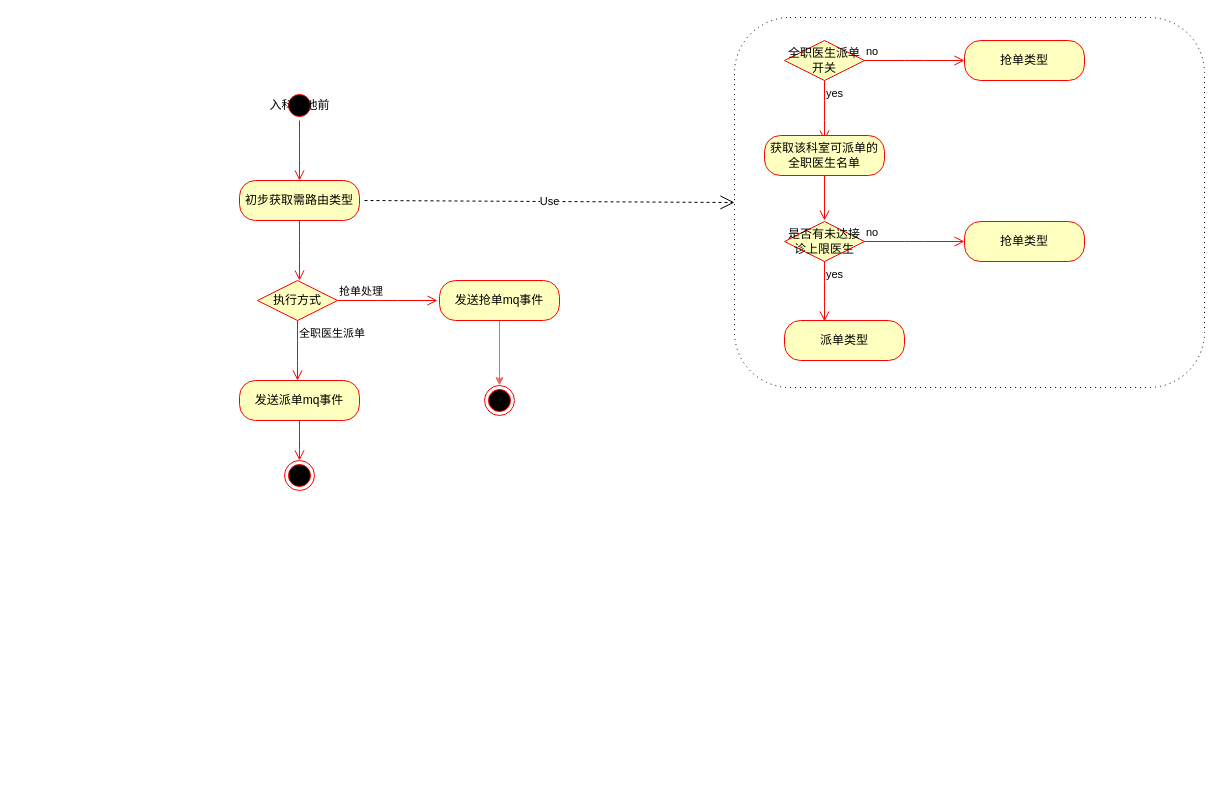
This is page "第 2 页" (2 of 3) of drawio/work/分诊流程.drawio from zhk0377/scalpel, a draw.io file, before an edit. Source tidied: cells renumbered, new cells numbered last; positions are measured from the earlier drawing's top-left corner, leaving out a move shared by most shapes. Both pictures are drawn from the tidied source at 100%, with x=0, y=0 at pixel (239, 17).
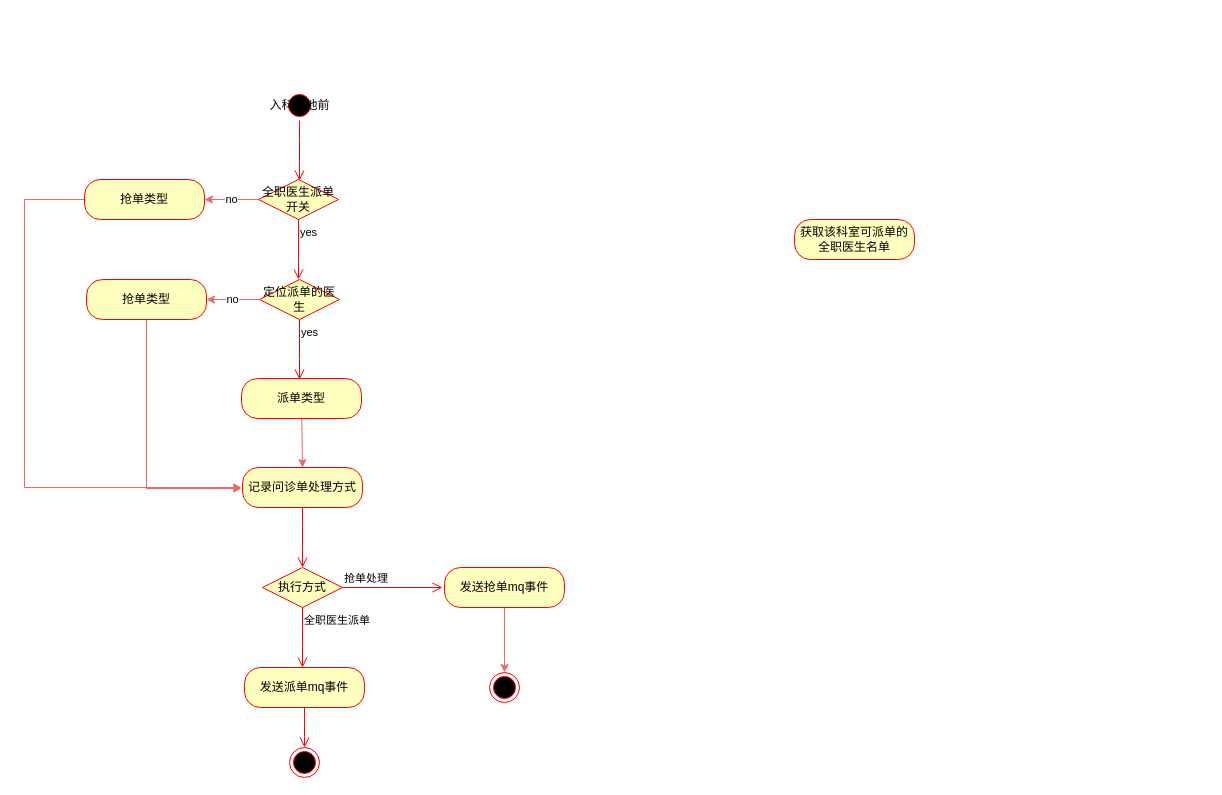
The same diagram, later.

Commit message:
更新分诊流程.drawio

What changed in the source:
```diff
@@
-    <mxCell id="2" style="shape=ext;rounded=1;html=1;whiteSpace=wrap;dashed=1;dashPattern=1 4;fillColor=#FFFFFF;" parent="1" vertex="1">
-      <mxGeometry x="495" width="470" height="370" as="geometry" />
-    </mxCell>
@@
+    <mxCell id="28" value="no" style="edgeStyle=none;rounded=0;jettySize=auto;html=1;entryX=1;entryY=0.5;entryDx=0;entryDy=0;strokeColor=#EA6B66;fillColor=#4D4D4D;" parent="1" edge="1" source="5" target="23">
+      <mxGeometry relative="1" as="geometry" />
+    </mxCell>
     <mxCell id="5" value="全职医生派单开关" style="rhombus;whiteSpace=wrap;html=1;fillColor=#ffffc0;strokeColor=#ff0000;" parent="1" vertex="1">
-      <mxGeometry x="545" y="23" width="80" height="40" as="geometry" />
+      <mxGeometry x="19" y="162" width="80" height="40" as="geometry" />
     </mxCell>
-    <mxCell id="6" value="no" style="edgeStyle=orthogonalEdgeStyle;html=1;align=left;verticalAlign=bottom;endArrow=open;endSize=8;strokeColor=#ff0000;fillColor=#4D4D4D;" parent="1" edge="1" source="5">
-      <mxGeometry x="-1" relative="1" as="geometry">
-        <mxPoint x="725" y="43" as="targetPoint" />
-      </mxGeometry>
-    </mxCell>
     <mxCell id="7" value="yes" style="edgeStyle=orthogonalEdgeStyle;html=1;align=left;verticalAlign=top;endArrow=open;endSize=8;strokeColor=#ff0000;fillColor=#4D4D4D;" parent="1" edge="1" source="5">
       <mxGeometry x="-1" relative="1" as="geometry">
-        <mxPoint x="585" y="123" as="targetPoint" />
+        <mxPoint x="59" y="262" as="targetPoint" />
       </mxGeometry>
     </mxCell>
-    <mxCell id="8" value="初步获取需路由类型" style="rounded=1;whiteSpace=wrap;html=1;arcSize=40;fontColor=#000000;fillColor=#ffffc0;strokeColor=#ff0000;" parent="1" vertex="1">
-      <mxGeometry y="163" width="120" height="40" as="geometry" />
-    </mxCell>
-    <mxCell id="9" style="edgeStyle=orthogonalEdgeStyle;html=1;verticalAlign=bottom;endArrow=open;endSize=8;strokeColor=#ff0000;fillColor=#4D4D4D;" parent="1" edge="1" source="8">
-      <mxGeometry relative="1" as="geometry">
-        <mxPoint x="60" y="263" as="targetPoint" />
-      </mxGeometry>
-    </mxCell>
     <mxCell id="10" value="获取该科室可派单的全职医生名单" style="rounded=1;whiteSpace=wrap;html=1;arcSize=40;fontColor=#000000;fillColor=#ffffc0;strokeColor=#ff0000;" parent="1" vertex="1">
-      <mxGeometry x="525" y="118" width="120" height="40" as="geometry" />
+      <mxGeometry x="555" y="202" width="120" height="40" as="geometry" />
     </mxCell>
-    <mxCell id="11" style="edgeStyle=orthogonalEdgeStyle;html=1;verticalAlign=bottom;endArrow=open;endSize=8;strokeColor=#ff0000;fillColor=#4D4D4D;" parent="1" edge="1" source="10">
-      <mxGeometry relative="1" as="geometry">
-        <mxPoint x="585" y="203" as="targetPoint" />
-      </mxGeometry>
-    </mxCell>
+    <mxCell id="29" value="no" style="edgeStyle=none;rounded=0;jettySize=auto;html=1;exitX=0;exitY=0.5;exitDx=0;exitDy=0;entryX=1;entryY=0.5;entryDx=0;entryDy=0;strokeColor=#EA6B66;fillColor=#4D4D4D;" parent="1" edge="1" source="12" target="24">
+      <mxGeometry relative="1" as="geometry" />
+    </mxCell>
-    <mxCell id="12" value="是否有未达接诊上限医生" style="rhombus;whiteSpace=wrap;html=1;fillColor=#ffffc0;strokeColor=#ff0000;" parent="1" vertex="1">
-      <mxGeometry x="545" y="204" width="80" height="40" as="geometry" />
+    <mxCell id="12" value="定位派单的医生" style="rhombus;whiteSpace=wrap;html=1;fillColor=#ffffc0;strokeColor=#ff0000;" parent="1" vertex="1">
+      <mxGeometry x="20" y="262" width="80" height="40" as="geometry" />
     </mxCell>
-    <mxCell id="13" value="no" style="edgeStyle=orthogonalEdgeStyle;html=1;align=left;verticalAlign=bottom;endArrow=open;endSize=8;strokeColor=#ff0000;fillColor=#4D4D4D;" parent="1" edge="1" source="12">
-      <mxGeometry x="-1" relative="1" as="geometry">
-        <mxPoint x="725" y="224" as="targetPoint" />
-      </mxGeometry>
-    </mxCell>
     <mxCell id="14" value="yes" style="edgeStyle=orthogonalEdgeStyle;html=1;align=left;verticalAlign=top;endArrow=open;endSize=8;strokeColor=#ff0000;fillColor=#4D4D4D;" parent="1" edge="1" source="12">
       <mxGeometry x="-1" relative="1" as="geometry">
-        <mxPoint x="585" y="304" as="targetPoint" />
+        <mxPoint x="60" y="362" as="targetPoint" />
       </mxGeometry>
     </mxCell>
     <mxCell id="15" value="执行方式" style="rhombus;whiteSpace=wrap;html=1;fillColor=#ffffc0;strokeColor=#ff0000;" parent="1" vertex="1">
-      <mxGeometry x="18" y="263" width="80" height="40" as="geometry" />
+      <mxGeometry x="23" y="550" width="80" height="40" as="geometry" />
     </mxCell>
     <mxCell id="16" value="抢单处理" style="edgeStyle=orthogonalEdgeStyle;html=1;align=left;verticalAlign=bottom;endArrow=open;endSize=8;strokeColor=#ff0000;fillColor=#4D4D4D;" parent="1" edge="1" source="15">
       <mxGeometry x="-1" relative="1" as="geometry">
-        <mxPoint x="198" y="283" as="targetPoint" />
+        <mxPoint x="203" y="570" as="targetPoint" />
       </mxGeometry>
     </mxCell>
     <mxCell id="17" value="全职医生派单" style="edgeStyle=orthogonalEdgeStyle;html=1;align=left;verticalAlign=top;endArrow=open;endSize=8;strokeColor=#ff0000;fillColor=#4D4D4D;" parent="1" edge="1" source="15">
       <mxGeometry x="-1" relative="1" as="geometry">
-        <mxPoint x="58" y="363" as="targetPoint" />
+        <mxPoint x="63" y="650" as="targetPoint" />
       </mxGeometry>
     </mxCell>
@@
     <mxCell id="19" value="发送抢单mq事件" style="rounded=1;whiteSpace=wrap;html=1;arcSize=40;fontColor=#000000;fillColor=#ffffc0;strokeColor=#ff0000;" parent="1" vertex="1">
-      <mxGeometry x="200" y="263" width="120" height="40" as="geometry" />
+      <mxGeometry x="205" y="550" width="120" height="40" as="geometry" />
     </mxCell>
     <mxCell id="20" value="发送派单mq事件" style="rounded=1;whiteSpace=wrap;html=1;arcSize=40;fontColor=#000000;fillColor=#ffffc0;strokeColor=#ff0000;" parent="1" vertex="1">
-      <mxGeometry y="363" width="120" height="40" as="geometry" />
+      <mxGeometry x="5" y="650" width="120" height="40" as="geometry" />
     </mxCell>
     <mxCell id="21" style="edgeStyle=orthogonalEdgeStyle;html=1;verticalAlign=bottom;endArrow=open;endSize=8;strokeColor=#ff0000;fillColor=#4D4D4D;" parent="1" edge="1" source="20">
       <mxGeometry relative="1" as="geometry">
-        <mxPoint x="60" y="443" as="targetPoint" />
+        <mxPoint x="65" y="730" as="targetPoint" />
       </mxGeometry>
     </mxCell>
     <mxCell id="22" style="ellipse;html=1;shape=endState;fillColor=#000000;strokeColor=#ff0000;" parent="1" vertex="1">
-      <mxGeometry x="45" y="443" width="30" height="30" as="geometry" />
+      <mxGeometry x="50" y="730" width="30" height="30" as="geometry" />
     </mxCell>
+    <mxCell id="30" style="edgeStyle=orthogonalEdgeStyle;rounded=0;jettySize=auto;html=1;entryX=0;entryY=0.5;entryDx=0;entryDy=0;strokeColor=#EA6B66;fillColor=#4D4D4D;exitX=0;exitY=0.5;exitDx=0;exitDy=0;" parent="1" edge="1" source="23">
+      <mxGeometry relative="1" as="geometry">
+        <mxPoint x="2" y="470" as="targetPoint" />
+        <Array as="points">
+          <mxPoint x="-215" y="182" />
+          <mxPoint x="-215" y="470" />
+        </Array>
+      </mxGeometry>
+    </mxCell>
     <mxCell id="23" value="抢单类型" style="rounded=1;whiteSpace=wrap;html=1;arcSize=40;fontColor=#000000;fillColor=#ffffc0;strokeColor=#ff0000;" parent="1" vertex="1">
-      <mxGeometry x="725" y="23" width="120" height="40" as="geometry" />
+      <mxGeometry x="-155" y="162" width="120" height="40" as="geometry" />
     </mxCell>
+    <mxCell id="31" style="edgeStyle=none;rounded=0;jettySize=auto;html=1;entryX=0;entryY=0.5;entryDx=0;entryDy=0;strokeColor=#EA6B66;fillColor=#4D4D4D;exitX=0.5;exitY=1;exitDx=0;exitDy=0;" parent="1" edge="1" source="24">
+      <mxGeometry relative="1" as="geometry">
+        <mxPoint x="2" y="471" as="targetPoint" />
+        <Array as="points">
+          <mxPoint x="-93" y="471" />
+        </Array>
+      </mxGeometry>
+    </mxCell>
     <mxCell id="24" value="抢单类型" style="rounded=1;whiteSpace=wrap;html=1;arcSize=40;fontColor=#000000;fillColor=#ffffc0;strokeColor=#ff0000;" parent="1" vertex="1">
-      <mxGeometry x="725" y="204" width="120" height="40" as="geometry" />
+      <mxGeometry x="-153" y="262" width="120" height="40" as="geometry" />
     </mxCell>
+    <mxCell id="32" style="edgeStyle=none;rounded=0;jettySize=auto;html=1;entryX=0.5;entryY=0;entryDx=0;entryDy=0;strokeColor=#EA6B66;fillColor=#4D4D4D;" parent="1" edge="1" source="25" target="33">
+      <mxGeometry relative="1" as="geometry" />
+    </mxCell>
     <mxCell id="25" value="派单类型" style="rounded=1;whiteSpace=wrap;html=1;arcSize=40;fontColor=#000000;fillColor=#ffffc0;strokeColor=#ff0000;" parent="1" vertex="1">
-      <mxGeometry x="545" y="303" width="120" height="40" as="geometry" />
+      <mxGeometry x="2" y="361" width="120" height="40" as="geometry" />
     </mxCell>
-    <mxCell id="26" value="Use" style="endArrow=open;endSize=12;dashed=1;html=1;strokeColor=#000000;fillColor=#4D4D4D;entryX=0;entryY=0.5;entryDx=0;entryDy=0;" parent="1" edge="1" target="2">
-      <mxGeometry relative="1" as="geometry">
-        <mxPoint x="125" y="183" as="sourcePoint" />
-      </mxGeometry>
-    </mxCell>
     <mxCell id="27" style="ellipse;html=1;shape=endState;fillColor=#000000;strokeColor=#ff0000;" parent="1" vertex="1">
-      <mxGeometry x="245" y="368" width="30" height="30" as="geometry" />
+      <mxGeometry x="250" y="655" width="30" height="30" as="geometry" />
     </mxCell>
+    <mxCell id="33" value="记录问诊单处理方式" style="rounded=1;whiteSpace=wrap;html=1;arcSize=40;fontColor=#000000;fillColor=#ffffc0;strokeColor=#ff0000;" parent="1" vertex="1">
+      <mxGeometry x="3" y="450" width="120" height="40" as="geometry" />
+    </mxCell>
+    <mxCell id="34" style="edgeStyle=orthogonalEdgeStyle;html=1;verticalAlign=bottom;endArrow=open;endSize=8;strokeColor=#ff0000;fillColor=#4D4D4D;" parent="1" edge="1" source="33">
+      <mxGeometry relative="1" as="geometry">
+        <mxPoint x="63" y="550" as="targetPoint" />
+      </mxGeometry>
+    </mxCell>
```
